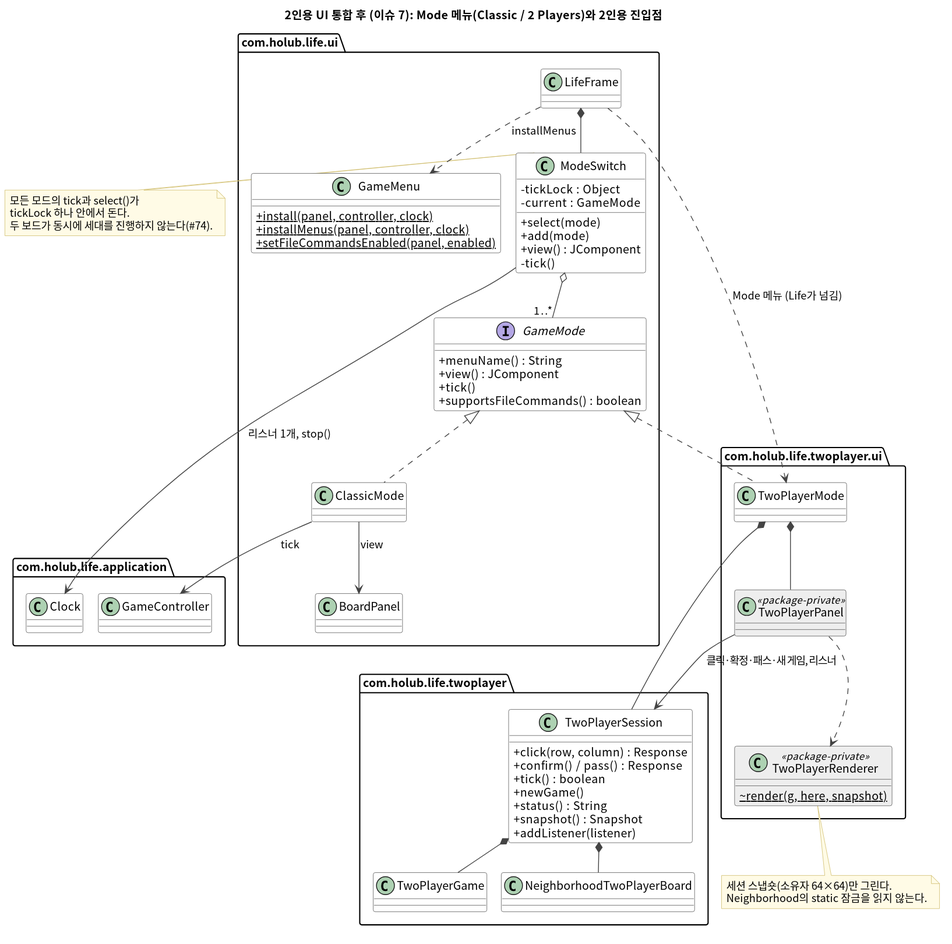
Before: Codes/GameOfLife/src/com/holub/life/twoplayer/docs/diagrams/twoplayer-ui-class.svg, a diagram exported from PlantUML (DesignPattern8/DPTermProject). The source it was exported from:
```plantuml
@startuml
skinparam defaultFontName "Noto Sans CJK KR"
skinparam classAttributeIconSize 0
skinparam shadowing false
set separator none
skinparam class {
  BackgroundColor #FFFFFF
  BorderColor #444444
  ArrowColor #444444
}
skinparam class<<package-private>> {
  BackgroundColor #EEEEEE
}
skinparam note {
  BackgroundColor #FFFBE6
  BorderColor #C9B458
}

title 2인용 UI 통합 후 (이슈 7): Mode 메뉴(Classic / 2 Players)와 2인용 진입점

package com.holub.life.ui {
  class LifeFrame
  class BoardPanel
  class GameMenu {
    + {static} install(panel, controller, clock)
    + {static} installMenus(panel, controller, clock)
    + {static} setFileCommandsEnabled(panel, enabled)
  }
  interface GameMode {
    + menuName() : String
    + view() : JComponent
    + tick()
    + supportsFileCommands() : boolean
  }
  class ModeSwitch {
    - tickLock : Object
    - current : GameMode
    + select(mode)
    + add(mode)
    + view() : JComponent
    - tick()
  }
  class ClassicMode
}

package com.holub.life.application {
  class Clock
  class GameController
}

package com.holub.life.twoplayer {
  class TwoPlayerSession {
    + click(row, column) : Response
    + confirm() / pass() : Response
    + tick() : boolean
    + newGame()
    + status() : String
    + snapshot() : Snapshot
    + addListener(listener)
  }
  class TwoPlayerGame
  class NeighborhoodTwoPlayerBoard
}

package com.holub.life.twoplayer.ui {
  class TwoPlayerMode
  class TwoPlayerPanel <<package-private>>
  class TwoPlayerRenderer <<package-private>> {
    ~ {static} render(g, here, snapshot)
  }
}

LifeFrame ..> GameMenu : installMenus
LifeFrame *-- ModeSwitch
LifeFrame ..> TwoPlayerMode : Mode 메뉴 (Life가 넘김)
ModeSwitch o-- "1..*" GameMode
ModeSwitch --> Clock : 리스너 1개, stop()
GameMode <|.. ClassicMode
GameMode <|.. TwoPlayerMode
ClassicMode --> BoardPanel : view
ClassicMode --> GameController : tick
TwoPlayerMode *-- TwoPlayerSession
TwoPlayerMode *-- TwoPlayerPanel
TwoPlayerPanel --> TwoPlayerSession : 클릭·확정·패스·새 게임, 리스너
TwoPlayerPanel ..> TwoPlayerRenderer
TwoPlayerSession *-- TwoPlayerGame
TwoPlayerSession *-- NeighborhoodTwoPlayerBoard

note right of ModeSwitch
  모든 모드의 tick과 select()가
  tickLock 하나 안에서 돈다.
  두 보드가 동시에 세대를 진행하지 않는다(#74).
end note
note bottom of TwoPlayerRenderer
  세션 스냅숏(소유자 64×64)만 그린다.
  Neighborhood의 static 잠금을 읽지 않는다.
end note
@enduml
```
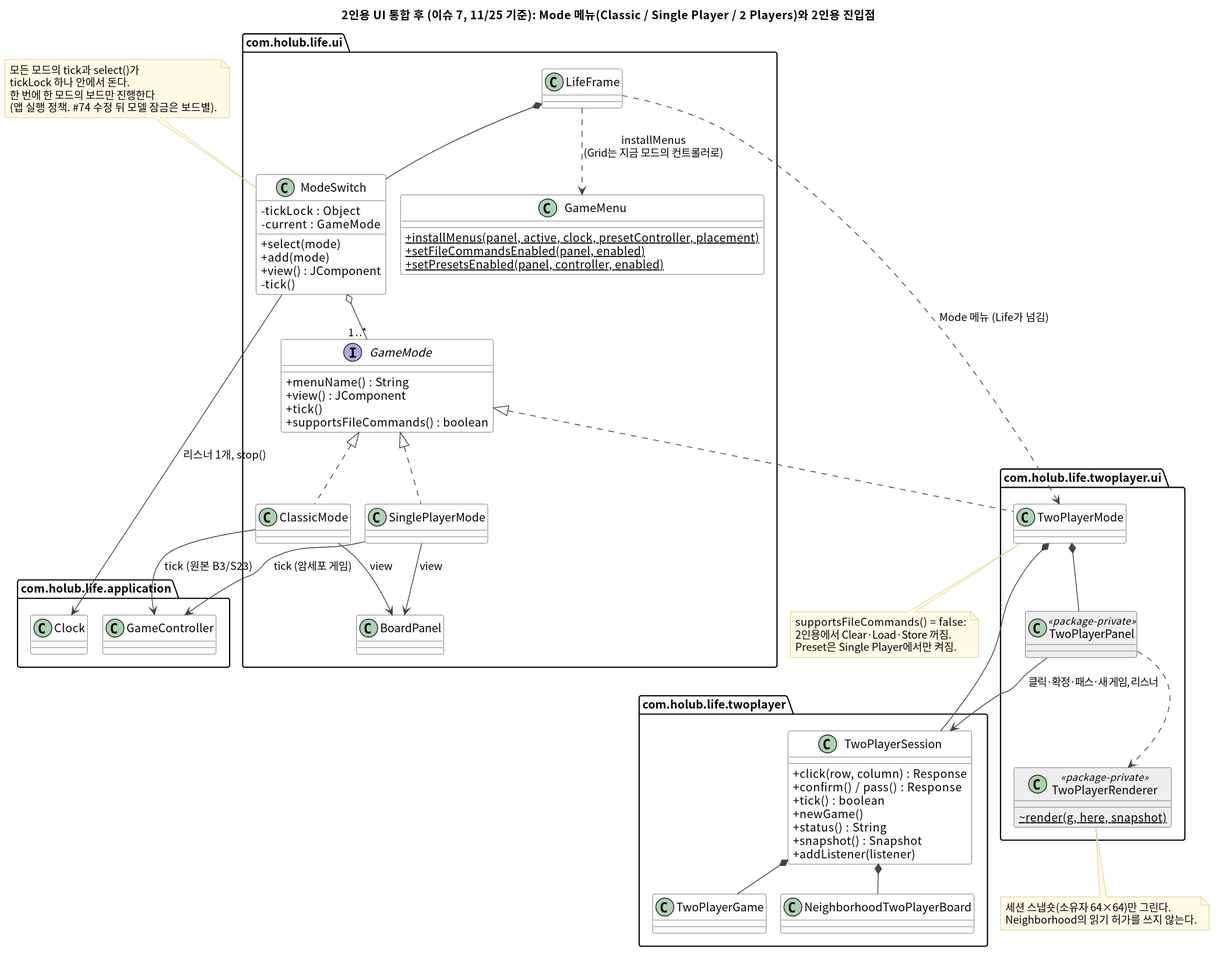
Later version of the same file.

Change to the diagram source:
```diff
@@ -16,15 +16,15 @@
   BorderColor #C9B458
 }
 
-title 2인용 UI 통합 후 (이슈 7): Mode 메뉴(Classic / 2 Players)와 2인용 진입점
+title 2인용 UI 통합 후 (이슈 7, 11/25 기준): Mode 메뉴(Classic / Single Player / 2 Players)와 2인용 진입점
 
 package com.holub.life.ui {
   class LifeFrame
   class BoardPanel
   class GameMenu {
-    + {static} install(panel, controller, clock)
-    + {static} installMenus(panel, controller, clock)
+    + {static} installMenus(panel, active, clock, presetController, placement)
     + {static} setFileCommandsEnabled(panel, enabled)
+    + {static} setPresetsEnabled(panel, controller, enabled)
   }
   interface GameMode {
     + menuName() : String
@@ -41,6 +41,7 @@
     - tick()
   }
   class ClassicMode
+  class SinglePlayerMode
 }
 
 package com.holub.life.application {
@@ -70,15 +71,18 @@
   }
 }
 
-LifeFrame ..> GameMenu : installMenus
+LifeFrame ..> GameMenu : installMenus\n(Grid는 지금 모드의 컨트롤러로)
 LifeFrame *-- ModeSwitch
 LifeFrame ..> TwoPlayerMode : Mode 메뉴 (Life가 넘김)
 ModeSwitch o-- "1..*" GameMode
 ModeSwitch --> Clock : 리스너 1개, stop()
 GameMode <|.. ClassicMode
+GameMode <|.. SinglePlayerMode
 GameMode <|.. TwoPlayerMode
 ClassicMode --> BoardPanel : view
-ClassicMode --> GameController : tick
+ClassicMode --> GameController : tick (원본 B3/S23)
+SinglePlayerMode --> BoardPanel : view
+SinglePlayerMode --> GameController : tick (암세포 게임)
 TwoPlayerMode *-- TwoPlayerSession
 TwoPlayerMode *-- TwoPlayerPanel
 TwoPlayerPanel --> TwoPlayerSession : 클릭·확정·패스·새 게임, 리스너
@@ -86,13 +90,19 @@
 TwoPlayerSession *-- TwoPlayerGame
 TwoPlayerSession *-- NeighborhoodTwoPlayerBoard
 
-note right of ModeSwitch
+note top of ModeSwitch
   모든 모드의 tick과 select()가
   tickLock 하나 안에서 돈다.
-  두 보드가 동시에 세대를 진행하지 않는다(#74).
+  한 번에 한 모드의 보드만 진행한다
+  (앱 실행 정책. #74 수정 뒤 모델 잠금은 보드별).
 end note
 note bottom of TwoPlayerRenderer
   세션 스냅숏(소유자 64×64)만 그린다.
-  Neighborhood의 static 잠금을 읽지 않는다.
+  Neighborhood의 읽기 허가를 쓰지 않는다.
+end note
+note bottom of TwoPlayerMode
+  supportsFileCommands() = false:
+  2인용에서 Clear·Load·Store 꺼짐.
+  Preset은 Single Player에서만 켜짐.
 end note
 @enduml
```
